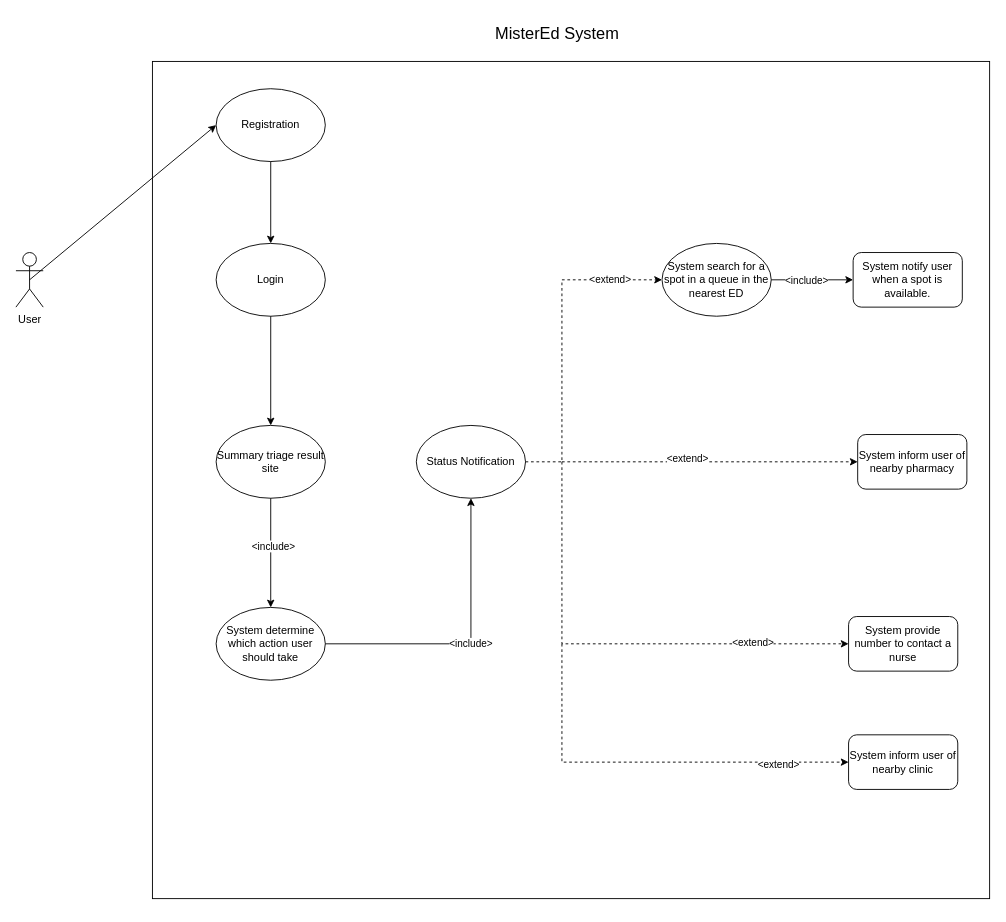
The draw.io diagram UseCase-Dhuruvan.drawio in uvic-teach/project-m1-team8, before the edit. Source tidied: cells renumbered, new cells numbered last; positions are measured from the earlier drawing's top-left corner, leaving out a move shared by most shapes. Both pictures are drawn from the tidied source at 91%, with x=0, y=0 at pixel (15, 15).
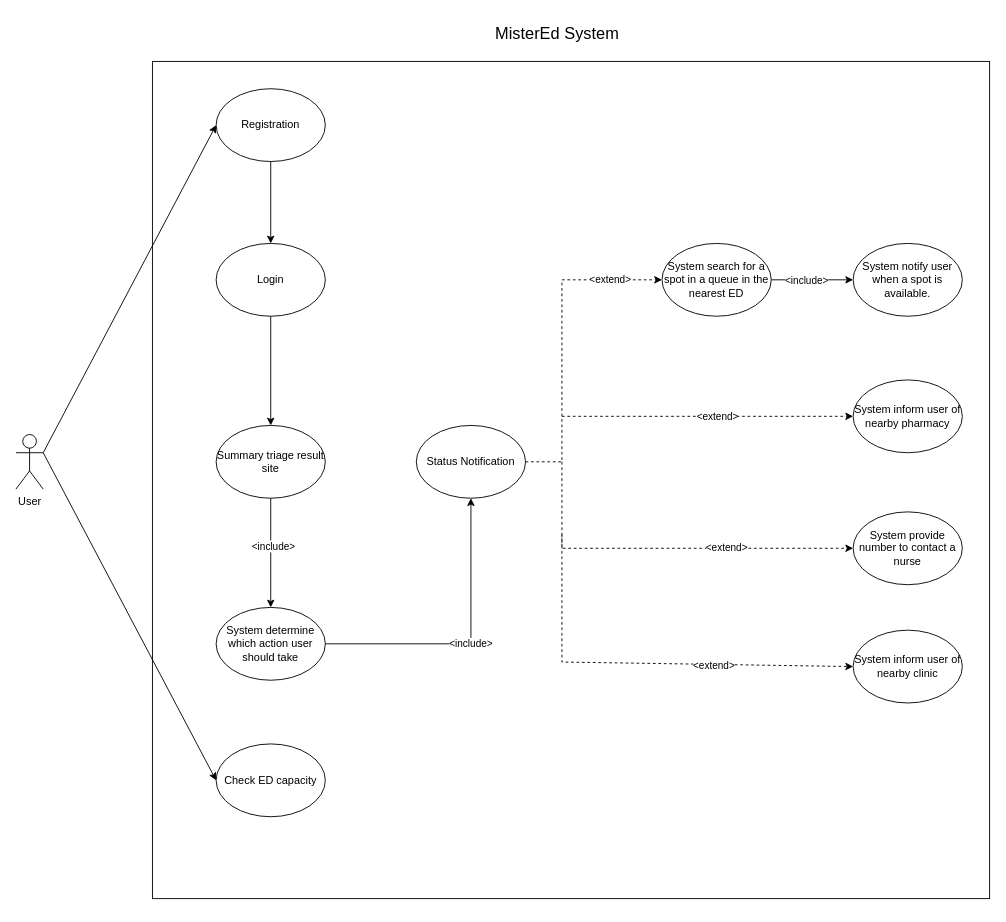
After the change.

The change refers to these unchanged cells:
```xml
<mxCell id="6" value="Registration" style="ellipse;whiteSpace=wrap;html=1;" parent="1" vertex="1">
  <mxGeometry x="220" y="80" width="120" height="80" as="geometry" />
</mxCell>
```

What changed in the source:
```diff
@@
     <mxCell id="3" value="User" style="shape=umlActor;verticalLabelPosition=bottom;verticalAlign=top;html=1;outlineConnect=0;" parent="1" vertex="1">
-      <mxGeometry y="260" width="30" height="60" as="geometry" />
+      <mxGeometry y="460" width="30" height="60" as="geometry" />
     </mxCell>
-    <mxCell id="4" style="endArrow=classic;html=1;rounded=0;exitX=0.5;exitY=0.5;exitDx=0;exitDy=0;exitPerimeter=0;entryX=0;entryY=0.5;entryDx=0;entryDy=0;" parent="1" edge="1" source="3" target="6">
+    <mxCell id="4" style="endArrow=classic;html=1;rounded=0;exitX=1;exitY=0.3333333333333333;exitDx=0;exitDy=0;exitPerimeter=0;entryX=0;entryY=0.5;entryDx=0;entryDy=0;" parent="1" edge="1" source="3" target="6">
       <mxGeometry relative="1" as="geometry" />
     </mxCell>
@@
-    <mxCell id="12" value="System inform user of nearby pharmacy" style="rounded=1;whiteSpace=wrap;html=1;" parent="1" vertex="1">
-      <mxGeometry x="925" y="460" width="120" height="60" as="geometry" />
-    </mxCell>
-    <mxCell id="13" value="System provide number to contact a nurse" style="rounded=1;whiteSpace=wrap;html=1;" parent="1" vertex="1">
-      <mxGeometry x="915" y="660" width="120" height="60" as="geometry" />
-    </mxCell>
-    <mxCell id="14" value="System inform user of nearby clinic" style="rounded=1;whiteSpace=wrap;html=1;" parent="1" vertex="1">
-      <mxGeometry x="915" y="790" width="120" height="60" as="geometry" />
-    </mxCell>
-    <mxCell id="15" value="System notify user when a spot is available." style="rounded=1;whiteSpace=wrap;html=1;" parent="1" vertex="1">
-      <mxGeometry x="920" y="260" width="120" height="60" as="geometry" />
-    </mxCell>
@@
-    <mxCell id="25" style="endArrow=classic;html=1;rounded=0;entryX=0;entryY=0.5;entryDx=0;entryDy=0;dashed=1;" parent="1" edge="1" target="12">
+    <mxCell id="25" style="endArrow=classic;html=1;rounded=0;dashed=1;entryX=0;entryY=0.5;entryDx=0;entryDy=0;" parent="1" edge="1" target="12">
       <mxGeometry relative="1" as="geometry">
-        <mxPoint x="600" y="490" as="sourcePoint" />
+        <mxPoint x="600" y="440" as="sourcePoint" />
       </mxGeometry>
     </mxCell>
     <mxCell id="26" value="&amp;lt;extend&amp;gt;" style="edgeLabel;html=1;align=center;verticalAlign=middle;" parent="25" vertex="1">
-      <mxGeometry x="-0.16" y="4" relative="1" as="geometry" />
+      <mxGeometry x="-0.16" y="4" relative="1" as="geometry">
+        <mxPoint x="36" y="4" as="offset" />
+      </mxGeometry>
     </mxCell>
     <mxCell id="27" style="endArrow=classic;html=1;rounded=0;entryX=0;entryY=0.5;entryDx=0;entryDy=0;dashed=1;" parent="1" edge="1" target="13">
       <mxGeometry relative="1" as="geometry">
         <mxPoint x="600" y="490" as="sourcePoint" />
         <Array as="points">
-          <mxPoint x="600" y="690" />
+          <mxPoint x="600" y="585" />
         </Array>
       </mxGeometry>
     </mxCell>
     <mxCell id="28" value="&amp;lt;extend&amp;gt;" style="edgeLabel;html=1;align=center;verticalAlign=middle;" parent="27" vertex="1">
-      <mxGeometry x="0.59" y="2" relative="1" as="geometry" />
+      <mxGeometry x="0.59" y="2" relative="1" as="geometry">
+        <mxPoint x="-55" y="1" as="offset" />
+      </mxGeometry>
     </mxCell>
-    <mxCell id="29" style="endArrow=classic;html=1;rounded=0;entryX=0;entryY=0.5;entryDx=0;entryDy=0;dashed=1;" parent="1" edge="1" target="14">
+    <mxCell id="29" style="endArrow=classic;html=1;rounded=0;dashed=1;entryX=0;entryY=0.5;entryDx=0;entryDy=0;" parent="1" edge="1" target="14">
       <mxGeometry relative="1" as="geometry">
-        <mxPoint x="600" y="690" as="sourcePoint" />
+        <mxPoint x="600" y="570" as="sourcePoint" />
         <Array as="points">
-          <mxPoint x="600" y="820" />
+          <mxPoint x="600" y="710" />
         </Array>
       </mxGeometry>
     </mxCell>
     <mxCell id="30" value="&amp;lt;extend&amp;gt;" style="edgeLabel;html=1;align=center;verticalAlign=middle;" parent="29" vertex="1">
-      <mxGeometry x="0.65" y="-2" relative="1" as="geometry" />
+      <mxGeometry x="0.65" y="-2" relative="1" as="geometry">
+        <mxPoint x="-73" y="-2" as="offset" />
+      </mxGeometry>
     </mxCell>
@@
+    <mxCell id="15" value="System notify user when a spot is available." style="ellipse;whiteSpace=wrap;html=1;" parent="1" vertex="1">
+      <mxGeometry x="920" y="250" width="120" height="80" as="geometry" />
+    </mxCell>
+    <mxCell id="12" value="System inform user of nearby pharmacy" style="ellipse;whiteSpace=wrap;html=1;" parent="1" vertex="1">
+      <mxGeometry x="920" y="400" width="120" height="80" as="geometry" />
+    </mxCell>
+    <mxCell id="13" value="System provide number to contact a nurse" style="ellipse;whiteSpace=wrap;html=1;" parent="1" vertex="1">
+      <mxGeometry x="920" y="545" width="120" height="80" as="geometry" />
+    </mxCell>
+    <mxCell id="14" value="System inform user of nearby clinic" style="ellipse;whiteSpace=wrap;html=1;" parent="1" vertex="1">
+      <mxGeometry x="920" y="675" width="120" height="80" as="geometry" />
+    </mxCell>
+    <mxCell id="32" style="endArrow=classic;html=1;rounded=0;entryX=0;entryY=0.5;entryDx=0;entryDy=0;exitX=1;exitY=0.3333333333333333;exitDx=0;exitDy=0;exitPerimeter=0;" parent="1" edge="1" source="3" target="33">
+      <mxGeometry relative="1" as="geometry" />
+    </mxCell>
+    <mxCell id="33" value="Check ED capacity" style="ellipse;whiteSpace=wrap;html=1;" parent="1" vertex="1">
+      <mxGeometry x="220" y="800" width="120" height="80" as="geometry" />
+    </mxCell>
```
